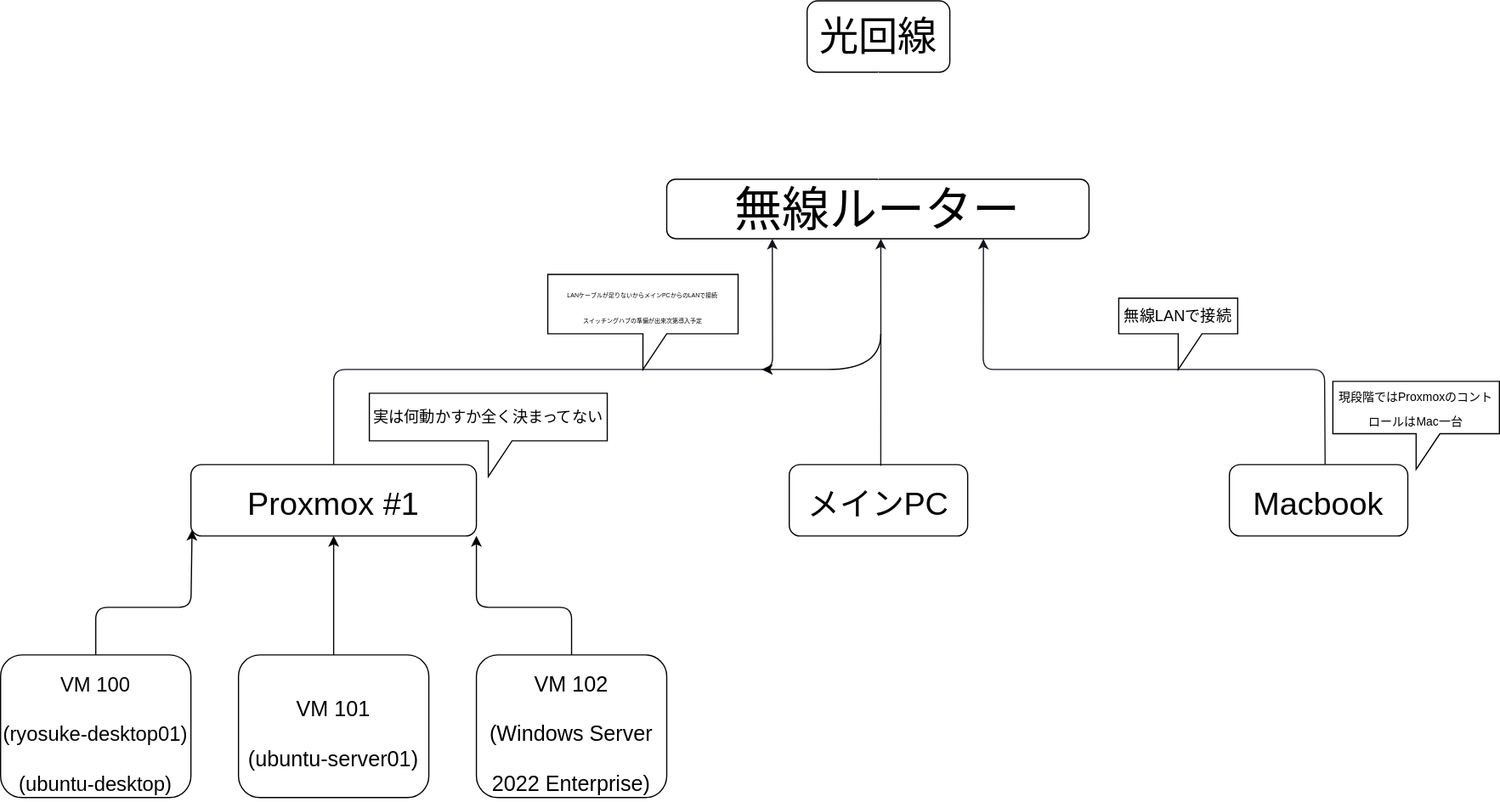
This is ryosuke-infrastructure.drawio.svg from ryosuke0121/ryosuke-infrastructure, a draw.io export, as it was before one commit. Source tidied: cells renumbered, new cells last; positions are measured from the earlier drawing's top-left corner, leaving out a move shared by most shapes.
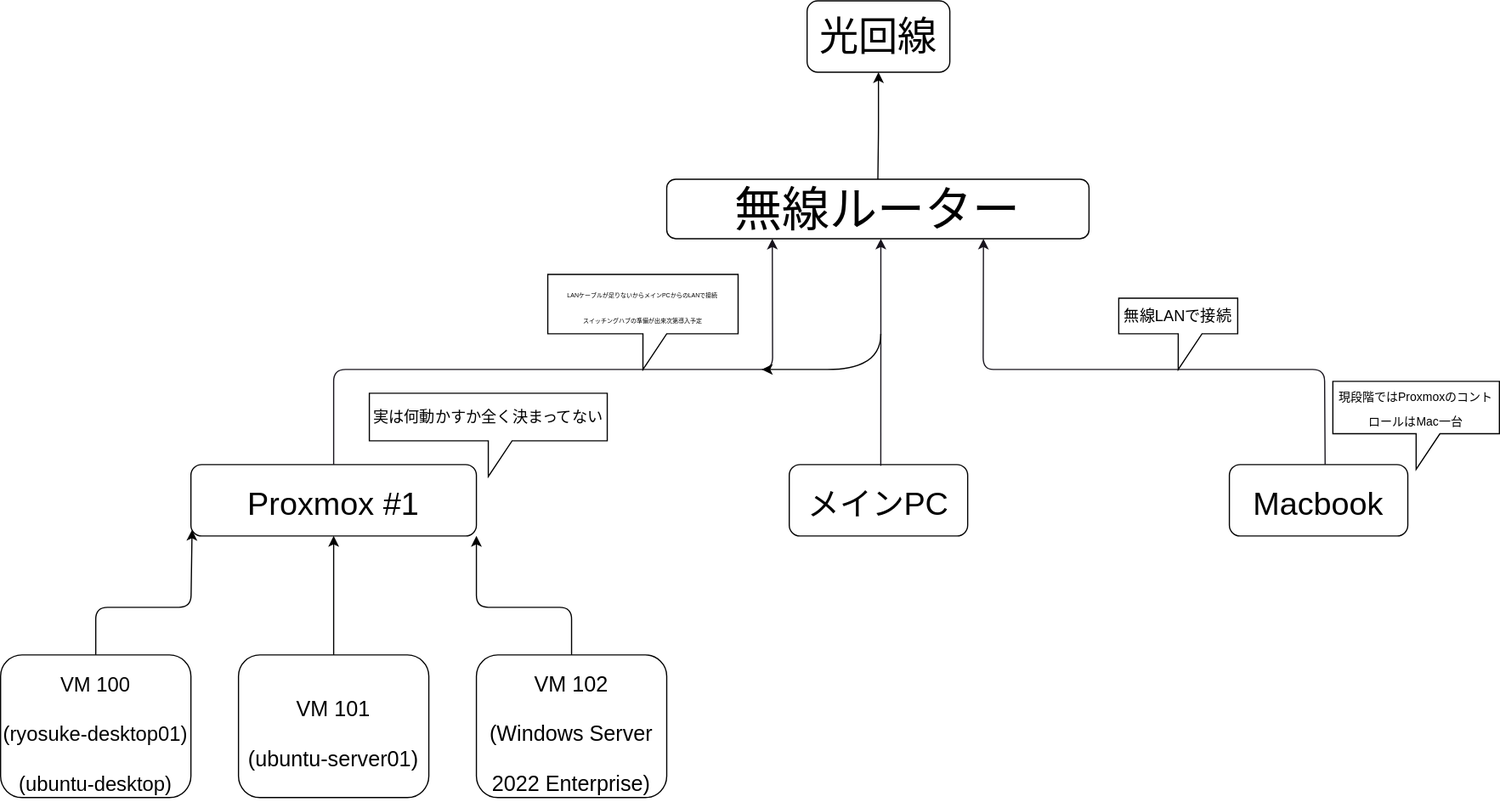
Later version of the same file.

Commit message:
fix:Web上でうまく表示されない不具合を修正

Change to the diagram source:
```diff
@@ -69,11 +69,6 @@
         </Array>
       </mxGeometry>
     </mxCell>
-    <mxCell id="14" style="shape=flexArrow;endArrow=classic;startArrow=classic;html=1;rounded=1;strokeColor=none;strokeWidth=0;fillColor=default;entryX=0.5;entryY=1;entryDx=0;entryDy=0;gradientColor=none;" parent="1" edge="1" target="6">
-      <mxGeometry relative="1" as="geometry">
-        <mxPoint x="738" y="150" as="sourcePoint" />
-      </mxGeometry>
-    </mxCell>
     <mxCell id="15" value="&lt;span style=&quot;font-size: 17px;&quot;&gt;VM 100&lt;br&gt;(ryosuke-desktop01)(ubuntu-desktop)&lt;br&gt;&lt;/span&gt;" style="whiteSpace=wrap;html=1;rounded=1;strokeColor=#000000;fontSize=35;fontColor=#000000;fillColor=none;" parent="1" vertex="1">
       <mxGeometry y="550" width="160" height="120" as="geometry" />
     </mxCell>
@@ -107,5 +102,13 @@
     <mxCell id="21" value="&lt;font style=&quot;font-size: 13px;&quot; color=&quot;#000000&quot;&gt;実は何動かすか全く決まってない&lt;/font&gt;" style="shape=callout;whiteSpace=wrap;html=1;perimeter=calloutPerimeter;fontSize=17;fillColor=none;strokeColor=#000000;" parent="1" vertex="1">
       <mxGeometry x="310" y="330" width="200" height="70" as="geometry" />
     </mxCell>
+    <mxCell id="22" style="endArrow=classic;html=1;rounded=1;strokeColor=#000000;entryX=0.5;entryY=1;entryDx=0;entryDy=0;exitX=0.5;exitY=0;exitDx=0;exitDy=0;" parent="1" edge="1" source="2" target="6">
+      <mxGeometry relative="1" as="geometry">
+        <Array as="points">
+          <mxPoint x="738" y="110" />
+          <mxPoint x="738" y="100" />
+        </Array>
+      </mxGeometry>
+    </mxCell>
   </root>
 </mxGraphModel>
```
